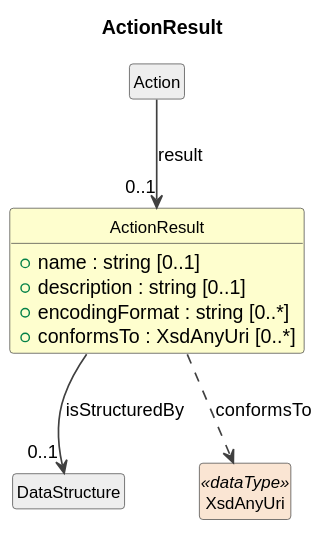
Before: cdif-uml-model/_plantuml/cdifDataStructure/Classes/ActionResult.svg, a diagram exported from PlantUML (Cross-Domain-Interoperability-Framework/metadataBuildingBlocks).
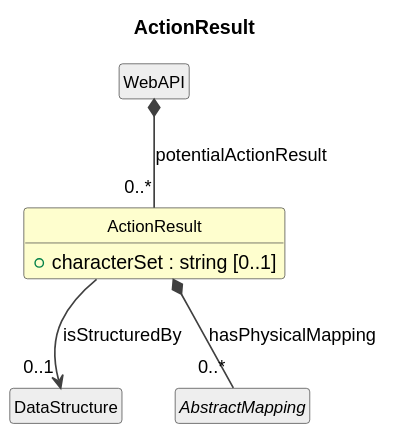
Later version of the same file.

What changed in the source:
```diff
@@ -11,15 +11,12 @@
 }
 
 class "ActionResult" as ActionResult #FEFECE {
-  +name : string [0..1]
-  +description : string [0..1]
-  +encodingFormat : string [0..*]
-  +conformsTo : XsdAnyUri [0..*]
+  +characterSet : string [0..1]
 }
-class "Action" as Action #EEEEEE
-Action --> "0..1" ActionResult : result
+class "WebAPI" as WebAPI #EEEEEE
+WebAPI *-- "0..*" ActionResult : potentialActionResult
 class "DataStructure" as DataStructure #EEEEEE
 ActionResult --> "0..1" DataStructure : isStructuredBy
-class "XsdAnyUri" as XsdAnyUri <<dataType>> #FAE5D3
-ActionResult ..> XsdAnyUri : conformsTo
+abstract class "AbstractMapping" as AbstractMapping #EEEEEE
+ActionResult *-- "0..*" AbstractMapping : hasPhysicalMapping
 @enduml
```
